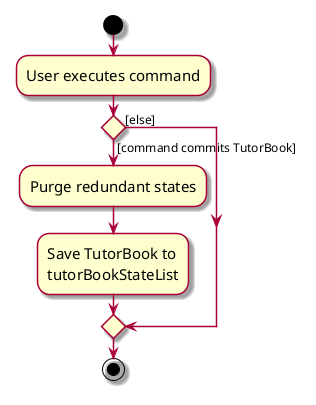
The PlantUML diagram docs/images/CommitActivityDiagram.png in AY2627S1-CS2103T-F13-1/tp, before a commit. Its diagram source:
```plantuml
@startuml
skin rose
skinparam ActivityFontSize 15
skinparam ArrowFontSize 12
start
:User executes command;


if () then ([command commits TutorBook])
    :Purge redundant states;
    :Save TutorBook to
    tutorBookStateList;
else ([else])
endif
stop
@enduml
```
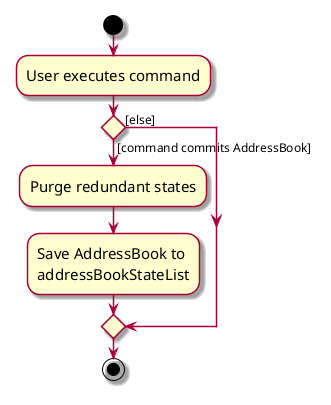
The same diagram one commit later.

Change to the diagram source:
```diff
@@ -6,10 +6,10 @@
 :User executes command;
 
 
-if () then ([command commits TutorBook])
+if () then ([command commits AddressBook])
     :Purge redundant states;
-    :Save TutorBook to
-    tutorBookStateList;
+    :Save AddressBook to
+    addressBookStateList;
 else ([else])
 endif
 stop
```
